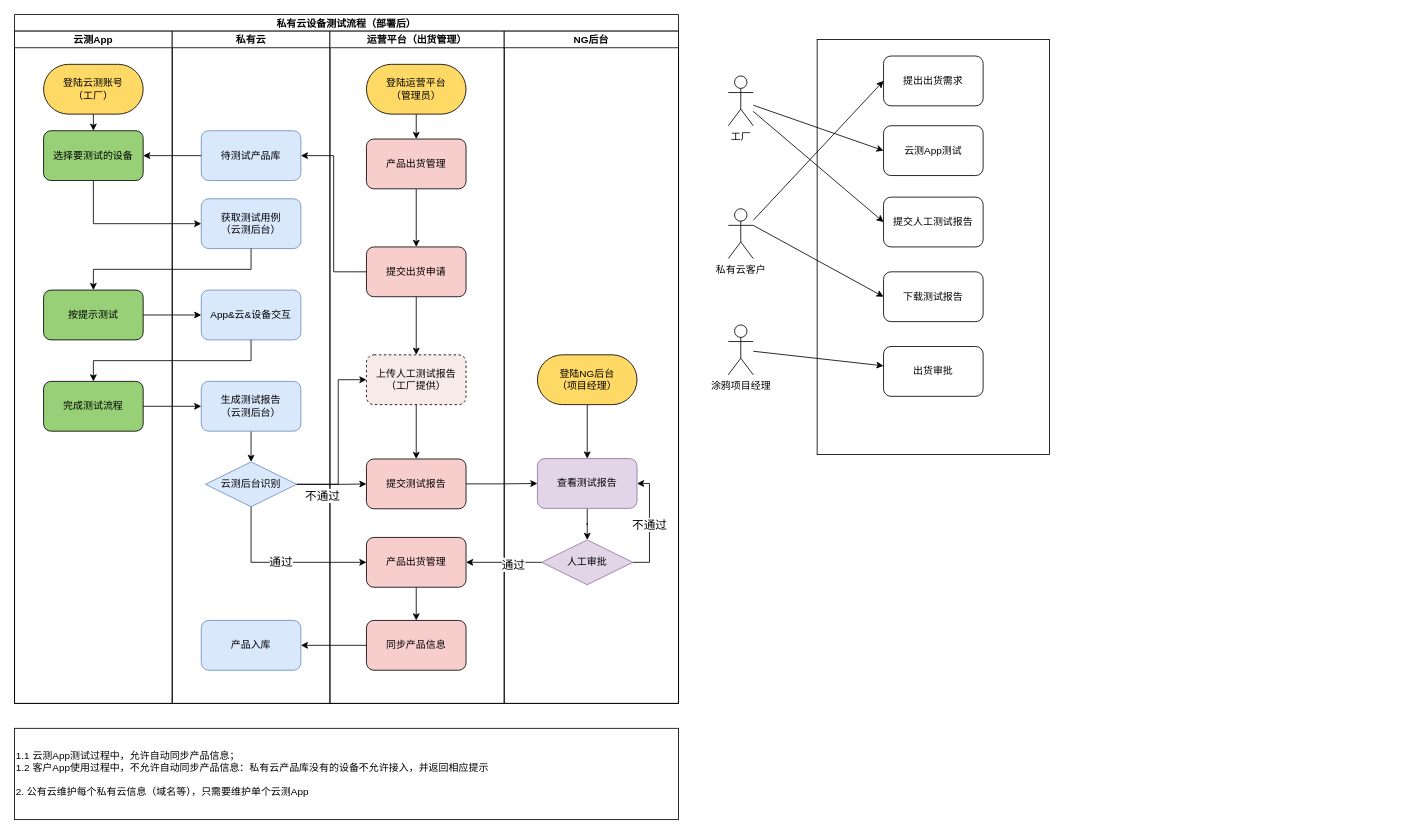
Earlier version of the draw.io diagram page "出货流程" (4 of 4) of Cube_workflow.drawio (Sidamor/drawio). Source tidied: cells renumbered, new cells numbered last; positions are measured from the earlier drawing's top-left corner, leaving out a move shared by most shapes. Both pictures are drawn from the tidied source at 83%, with x=0, y=0 at pixel (14, 14).
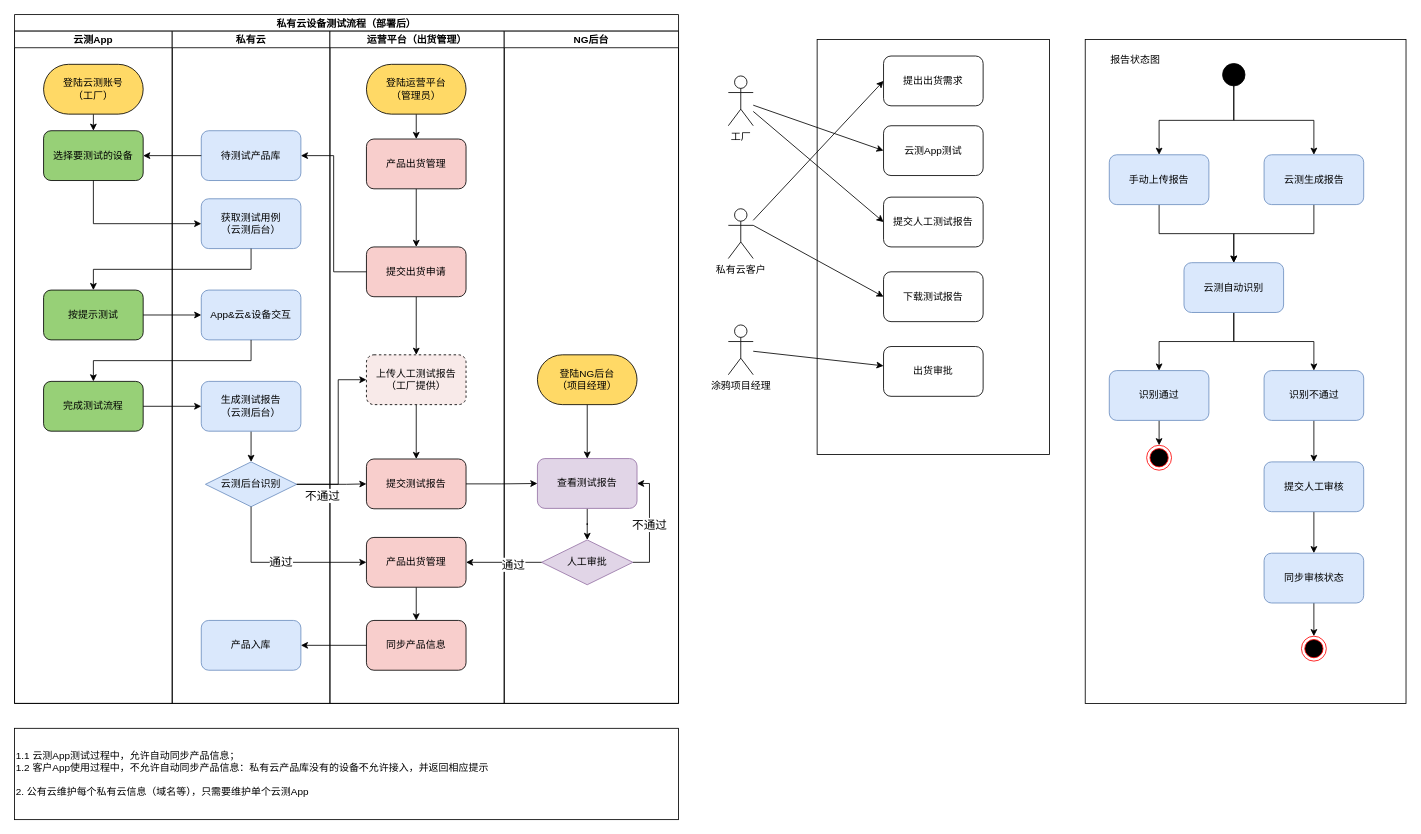
The same page after the edit.

The edit, as a diff of the source:
```diff
@@
+    <mxCell id="68" style="rounded=0;whiteSpace=wrap;html=1;fillColor=none;" parent="1" vertex="1">
+      <mxGeometry x="1290" y="30" width="386.5" height="800" as="geometry" />
+    </mxCell>
@@
+    <mxCell id="69" style="ellipse;html=1;shape=endState;fillColor=#000000;strokeColor=#ff0000;" parent="1" vertex="1">
+      <mxGeometry x="1364" y="519" width="30" height="30" as="geometry" />
+    </mxCell>
+    <mxCell id="70" style="edgeStyle=orthogonalEdgeStyle;rounded=0;jettySize=auto;html=1;exitX=0.5;exitY=1;exitDx=0;exitDy=0;" parent="1" edge="1" source="72" target="77">
+      <mxGeometry relative="1" as="geometry" />
+    </mxCell>
+    <mxCell id="71" style="edgeStyle=orthogonalEdgeStyle;rounded=0;jettySize=auto;html=1;exitX=0.5;exitY=1;exitDx=0;exitDy=0;" parent="1" edge="1" source="72" target="75">
+      <mxGeometry relative="1" as="geometry" />
+    </mxCell>
+    <mxCell id="72" style="ellipse;whiteSpace=wrap;html=1;fillColor=#000000;" parent="1" vertex="1">
+      <mxGeometry x="1455.5" y="59" width="27" height="27" as="geometry" />
+    </mxCell>
+    <mxCell id="73" value="报告状态图" style="text;html=1;align=center;verticalAlign=middle;strokeColor=none;fillColor=none;" parent="1" vertex="1">
+      <mxGeometry x="1310" y="40" width="80" height="30" as="geometry" />
+    </mxCell>
+    <mxCell id="74" style="edgeStyle=orthogonalEdgeStyle;rounded=0;jettySize=auto;html=1;exitX=0.5;exitY=1;exitDx=0;exitDy=0;" parent="1" edge="1" source="75" target="80">
+      <mxGeometry relative="1" as="geometry" />
+    </mxCell>
+    <mxCell id="75" value="云测生成报告" style="rounded=1;whiteSpace=wrap;html=1;fillColor=#dae8fc;strokeColor=#6c8ebf;" parent="1" vertex="1">
+      <mxGeometry x="1505.5" y="169" width="120" height="60" as="geometry" />
+    </mxCell>
+    <mxCell id="76" style="edgeStyle=orthogonalEdgeStyle;rounded=0;jettySize=auto;html=1;exitX=0.5;exitY=1;exitDx=0;exitDy=0;entryX=0.5;entryY=0;entryDx=0;entryDy=0;" parent="1" edge="1" source="77" target="80">
+      <mxGeometry relative="1" as="geometry" />
+    </mxCell>
+    <mxCell id="77" value="手动上传报告" style="rounded=1;whiteSpace=wrap;html=1;fillColor=#dae8fc;strokeColor=#6c8ebf;" parent="1" vertex="1">
+      <mxGeometry x="1319" y="169" width="120" height="60" as="geometry" />
+    </mxCell>
+    <mxCell id="78" style="edgeStyle=orthogonalEdgeStyle;rounded=0;jettySize=auto;html=1;" parent="1" edge="1" source="80" target="82">
+      <mxGeometry relative="1" as="geometry" />
+    </mxCell>
+    <mxCell id="79" style="edgeStyle=orthogonalEdgeStyle;rounded=0;jettySize=auto;html=1;" parent="1" edge="1" source="80" target="84">
+      <mxGeometry relative="1" as="geometry" />
+    </mxCell>
+    <mxCell id="80" value="云测自动识别" style="rounded=1;whiteSpace=wrap;html=1;fillColor=#dae8fc;strokeColor=#6c8ebf;" parent="1" vertex="1">
+      <mxGeometry x="1409" y="299" width="120" height="60" as="geometry" />
+    </mxCell>
+    <mxCell id="81" style="edgeStyle=orthogonalEdgeStyle;rounded=0;jettySize=auto;html=1;exitX=0.5;exitY=1;exitDx=0;exitDy=0;entryX=0.5;entryY=0;entryDx=0;entryDy=0;" parent="1" edge="1" source="82" target="69">
+      <mxGeometry relative="1" as="geometry" />
+    </mxCell>
+    <mxCell id="82" value="识别通过" style="rounded=1;whiteSpace=wrap;html=1;fillColor=#dae8fc;strokeColor=#6c8ebf;" parent="1" vertex="1">
+      <mxGeometry x="1319" y="429" width="120" height="60" as="geometry" />
+    </mxCell>
+    <mxCell id="83" style="edgeStyle=orthogonalEdgeStyle;rounded=0;jettySize=auto;html=1;" parent="1" edge="1" source="84" target="86">
+      <mxGeometry relative="1" as="geometry" />
+    </mxCell>
+    <mxCell id="84" value="识别不通过" style="rounded=1;whiteSpace=wrap;html=1;fillColor=#dae8fc;strokeColor=#6c8ebf;" parent="1" vertex="1">
+      <mxGeometry x="1505.5" y="429" width="120" height="60" as="geometry" />
+    </mxCell>
+    <mxCell id="85" style="edgeStyle=orthogonalEdgeStyle;rounded=0;jettySize=auto;html=1;" parent="1" edge="1" source="86" target="88">
+      <mxGeometry relative="1" as="geometry" />
+    </mxCell>
+    <mxCell id="86" value="提交人工审核" style="rounded=1;whiteSpace=wrap;html=1;fillColor=#dae8fc;strokeColor=#6c8ebf;" parent="1" vertex="1">
+      <mxGeometry x="1505.5" y="539" width="120" height="60" as="geometry" />
+    </mxCell>
+    <mxCell id="87" style="edgeStyle=orthogonalEdgeStyle;rounded=0;jettySize=auto;html=1;exitX=0.5;exitY=1;exitDx=0;exitDy=0;entryX=0.5;entryY=0;entryDx=0;entryDy=0;" parent="1" edge="1" source="88" target="89">
+      <mxGeometry relative="1" as="geometry" />
+    </mxCell>
+    <mxCell id="88" value="同步审核状态" style="rounded=1;whiteSpace=wrap;html=1;fillColor=#dae8fc;strokeColor=#6c8ebf;" parent="1" vertex="1">
+      <mxGeometry x="1505.5" y="649" width="120" height="60" as="geometry" />
+    </mxCell>
+    <mxCell id="89" style="ellipse;html=1;shape=endState;fillColor=#000000;strokeColor=#ff0000;" parent="1" vertex="1">
+      <mxGeometry x="1550.5" y="749" width="30" height="30" as="geometry" />
+    </mxCell>
```
